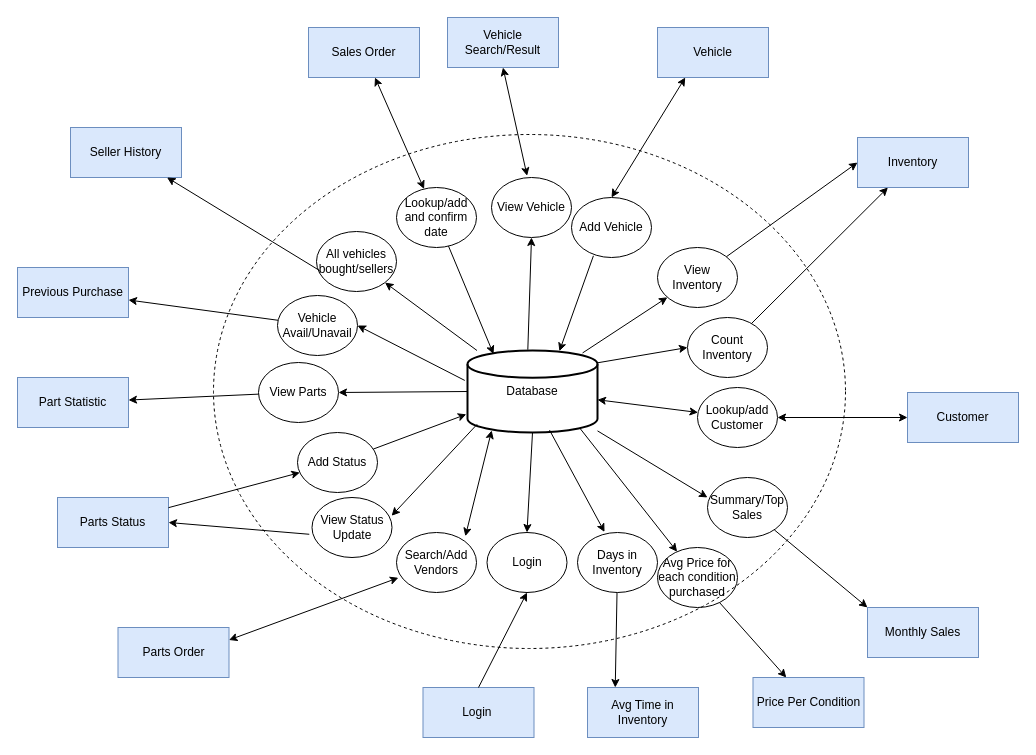
Above: phase1IFD_2.drawio in dav1dwd/CS6400 (draw.io), before the change. Source tidied: cells renumbered, new cells numbered last; positions are measured from the earlier drawing's top-left corner, leaving out a move shared by most shapes. Both pictures are drawn from the tidied source at 100%, with x=0, y=0 at pixel (17, 17).
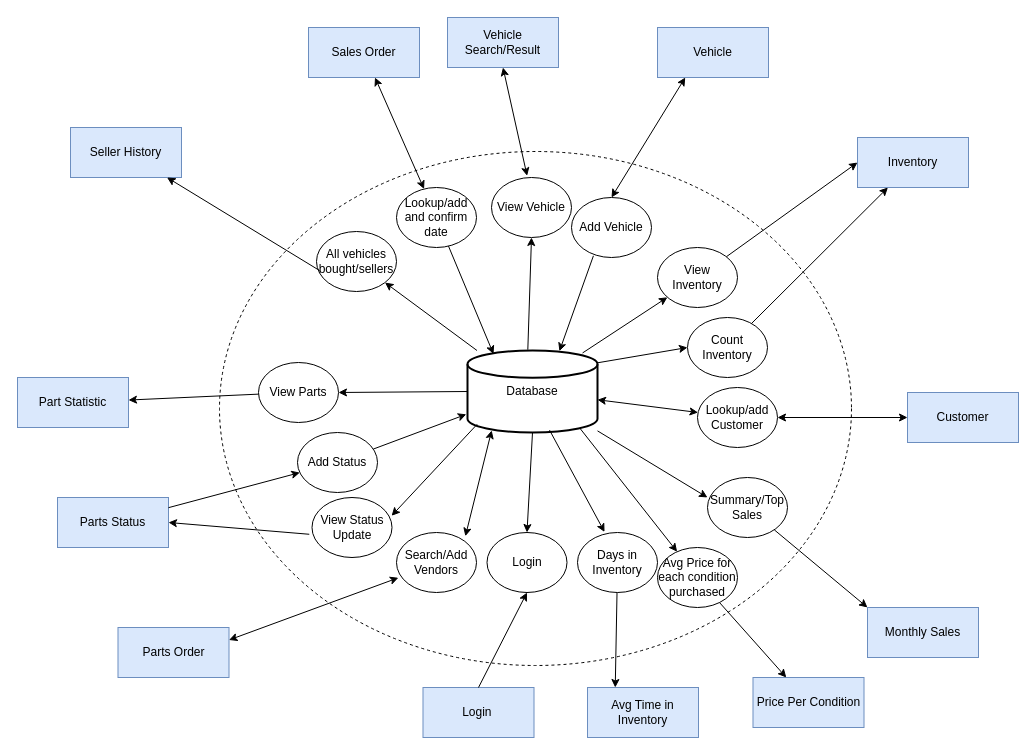
After the change.

The change refers to these unchanged cells:
```xml
<mxCell id="2" value="Database" style="strokeWidth=2;html=1;shape=mxgraph.flowchart.database;whiteSpace=wrap;" parent="1" vertex="1">
  <mxGeometry x="450" y="333" width="130" height="82" as="geometry" />
</mxCell>
```

Diff of the diagram source:
```diff
@@
-    <mxCell id="21" value="Previous Purchase" style="rounded=0;whiteSpace=wrap;html=1;fillColor=#dae8fc;strokeColor=#6c8ebf;" parent="1" vertex="1">
-      <mxGeometry y="250" width="111" height="50" as="geometry" />
-    </mxCell>
-    <mxCell id="22" value="Vehicle Avail/Unavail" style="ellipse;whiteSpace=wrap;html=1;" parent="1" vertex="1">
-      <mxGeometry x="260" y="278" width="80" height="60" as="geometry" />
-    </mxCell>
@@
-    <mxCell id="45" style="endArrow=classic;html=1;rounded=0;entryX=1;entryY=0.5;entryDx=0;entryDy=0;exitX=-0.021;exitY=0.365;exitDx=0;exitDy=0;exitPerimeter=0;" parent="1" edge="1" source="2" target="22">
-      <mxGeometry relative="1" as="geometry" />
-    </mxCell>
-    <mxCell id="46" style="endArrow=classic;html=1;rounded=0;" parent="1" edge="1" source="22" target="21">
-      <mxGeometry relative="1" as="geometry" />
-    </mxCell>
@@
     <mxCell id="60" style="ellipse;whiteSpace=wrap;html=1;fillColor=none;dashed=1;" parent="1" vertex="1">
-      <mxGeometry x="196" y="117" width="632" height="514" as="geometry" />
+      <mxGeometry x="202" y="134" width="632" height="514" as="geometry" />
     </mxCell>
```
